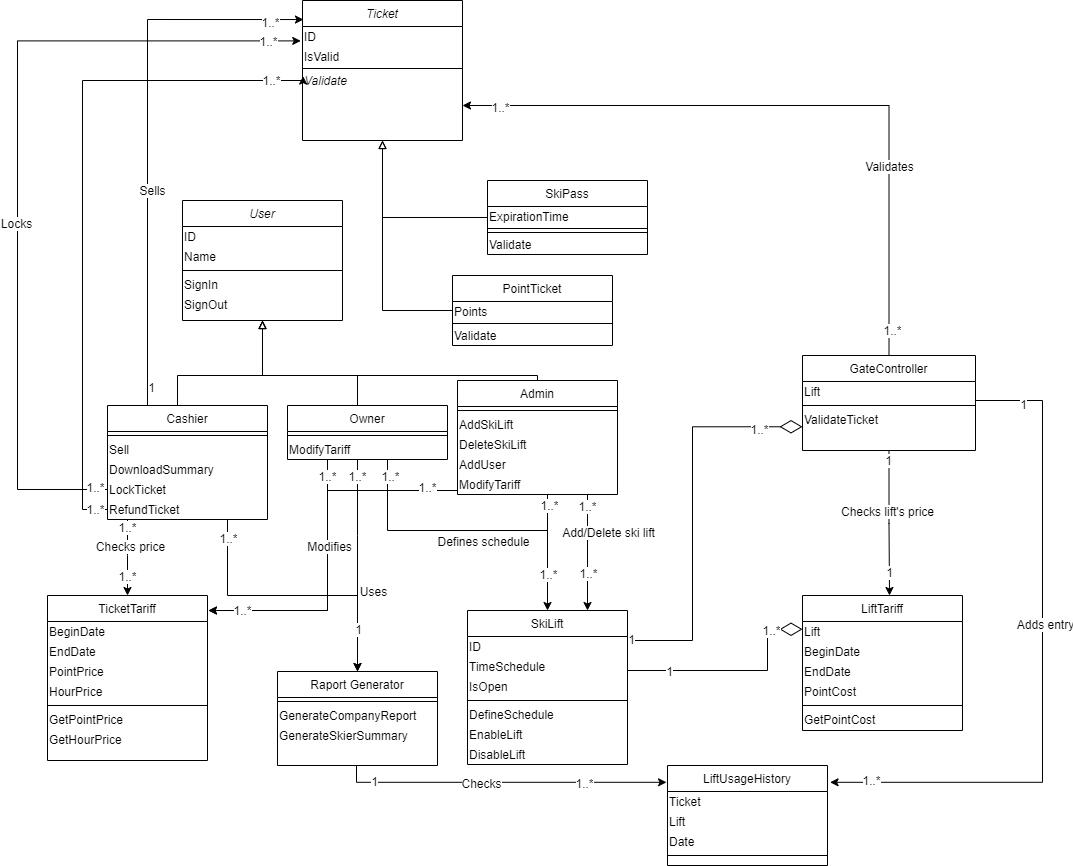
Above: UMLs Reqs and project analysis/Class_diagram.png in wsmaga/AEII_2020_BD2_Smaga_Narciarstwo (draw.io), before the change. Source tidied: cells renumbered, new cells last; positions are measured from the earlier drawing's top-left corner, leaving out a move shared by most shapes.
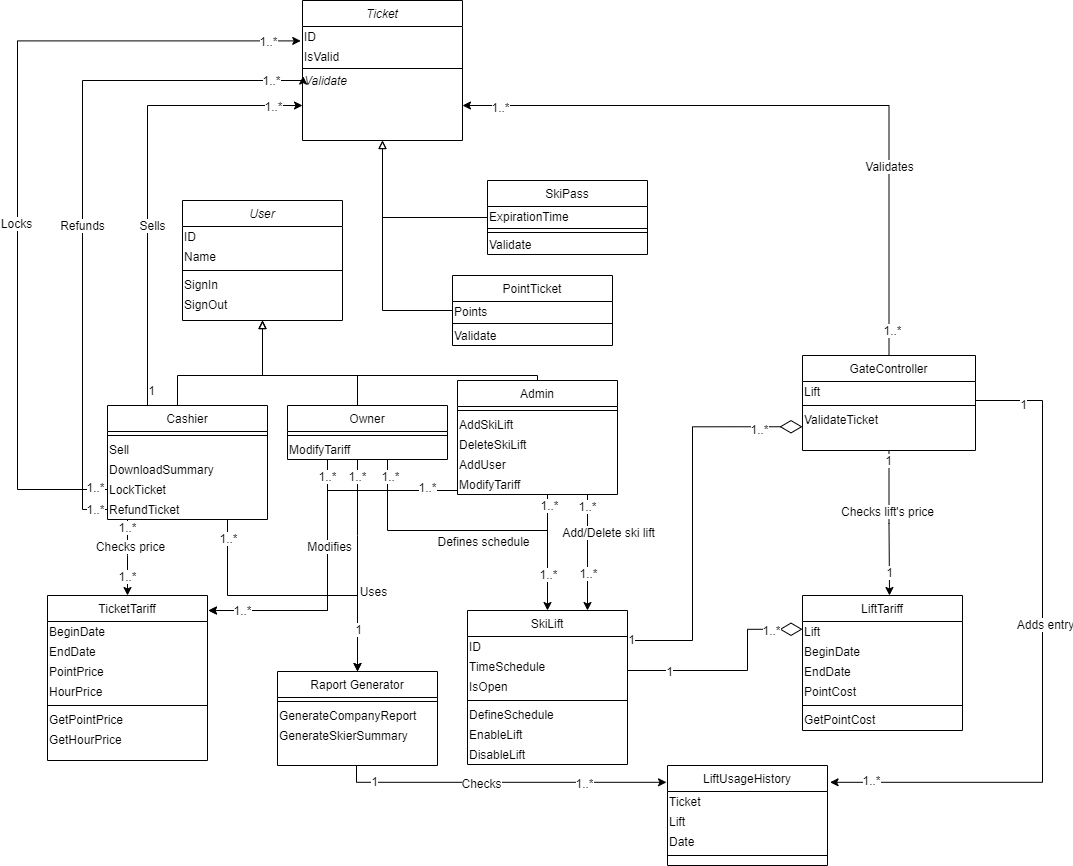
The same file after the commit.

Change to the diagram source:
```diff
@@ -114,8 +114,8 @@
     <mxCell id="22" style="edgeStyle=orthogonalEdgeStyle;rounded=0;jettySize=auto;html=1;entryX=0;entryY=0.25;entryDx=0;entryDy=0;endArrow=diamondThin;endFill=0;endSize=20;strokeWidth=1;jumpSize=6;" parent="1" edge="1" source="118" target="81">
       <mxGeometry relative="1" as="geometry">
         <Array as="points">
-          <mxPoint x="750" y="670" />
-          <mxPoint x="750" y="629" />
+          <mxPoint x="730" y="670" />
+          <mxPoint x="730" y="629" />
         </Array>
       </mxGeometry>
     </mxCell>
@@ -350,10 +350,10 @@
     <mxCell id="87" value="GetPointCost" style="text;html=1;align=left;verticalAlign=middle;" parent="81" vertex="1">
       <mxGeometry y="114" width="160" height="20" as="geometry" />
     </mxCell>
-    <mxCell id="88" style="edgeStyle=orthogonalEdgeStyle;rounded=0;jettySize=auto;html=1;entryX=0.006;entryY=0.136;entryDx=0;entryDy=0;entryPerimeter=0;" parent="1" edge="1" source="94" target="31">
+    <mxCell id="88" style="edgeStyle=orthogonalEdgeStyle;rounded=0;jettySize=auto;html=1;entryX=0;entryY=0.75;entryDx=0;entryDy=0;" parent="1" edge="1" source="94" target="31">
       <mxGeometry relative="1" as="geometry">
         <Array as="points">
-          <mxPoint x="130" y="19" />
+          <mxPoint x="130" y="105" />
         </Array>
       </mxGeometry>
     </mxCell>
@@ -364,7 +364,9 @@
       <mxGeometry x="-0.93" y="-3" relative="1" as="geometry" />
     </mxCell>
     <mxCell id="91" value="1..*" style="text;html=1;align=center;verticalAlign=middle;labelBackgroundColor=#ffffff;" parent="88" vertex="1">
-      <mxGeometry x="0.88" y="-2" relative="1" as="geometry" />
+      <mxGeometry x="0.88" y="-2" relative="1" as="geometry">
+        <mxPoint x="-2" y="-2" as="offset" />
+      </mxGeometry>
     </mxCell>
     <mxCell id="92" style="edgeStyle=orthogonalEdgeStyle;rounded=0;jettySize=auto;html=1;endArrow=classic;endFill=1;entryX=0.004;entryY=0.28;entryDx=0;entryDy=0;entryPerimeter=0;exitX=0;exitY=0.5;exitDx=0;exitDy=0;" parent="1" edge="1" source="99" target="35">
       <mxGeometry relative="1" as="geometry">
@@ -378,6 +380,9 @@
     <mxCell id="93" value="1..*" style="text;html=1;align=center;verticalAlign=middle;labelBackgroundColor=#ffffff;" parent="92" vertex="1">
       <mxGeometry x="0.89" y="1" relative="1" as="geometry" />
     </mxCell>
+    <mxCell id="137" value="Refunds" style="text;html=1;align=center;verticalAlign=middle;labelBackgroundColor=#ffffff;" parent="92" vertex="1">
+      <mxGeometry x="-0.09" y="1" relative="1" as="geometry" />
+    </mxCell>
     <mxCell id="94" value="Cashier" style="swimlane;fontStyle=0;align=center;verticalAlign=top;horizontal=1;startSize=26;rounded=0;shadow=0;strokeWidth=1;" parent="1" vertex="1">
       <mxGeometry x="90" y="405" width="160" height="114" as="geometry" />
     </mxCell>
```
